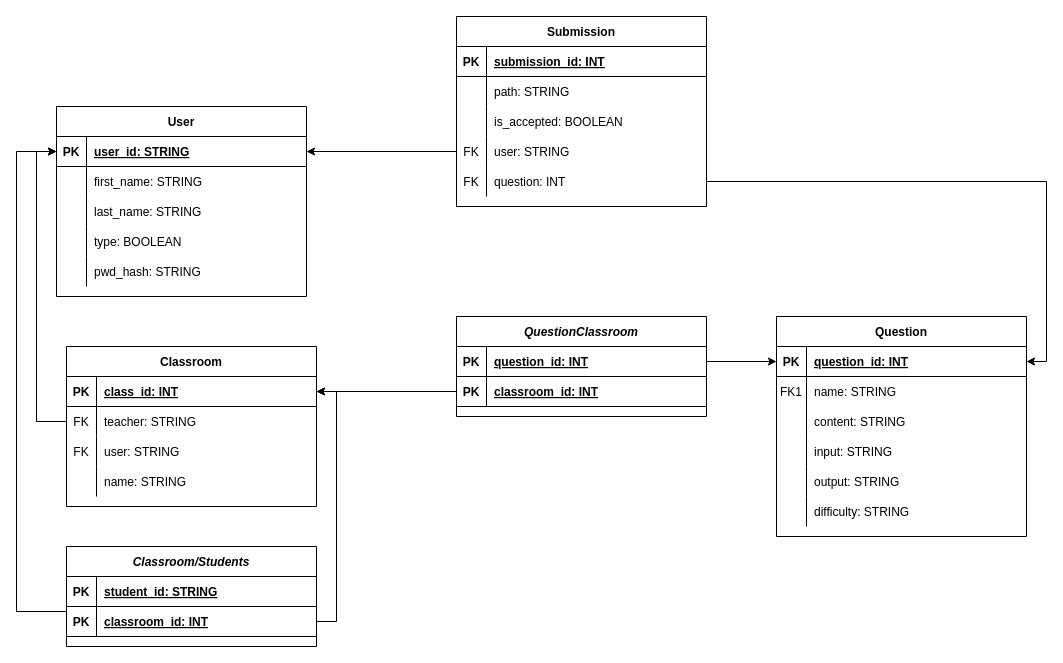
A13k5-5/CodeProfesseur keeps this draw.io diagram as ER-diagram.drawio. Above is the earlier version. Source tidied: cells renumbered, new cells numbered last; positions are measured from the earlier drawing's top-left corner, leaving out a move shared by most shapes. Both pictures are drawn from the tidied source at 100%, with x=0, y=0 at pixel (16, 16).
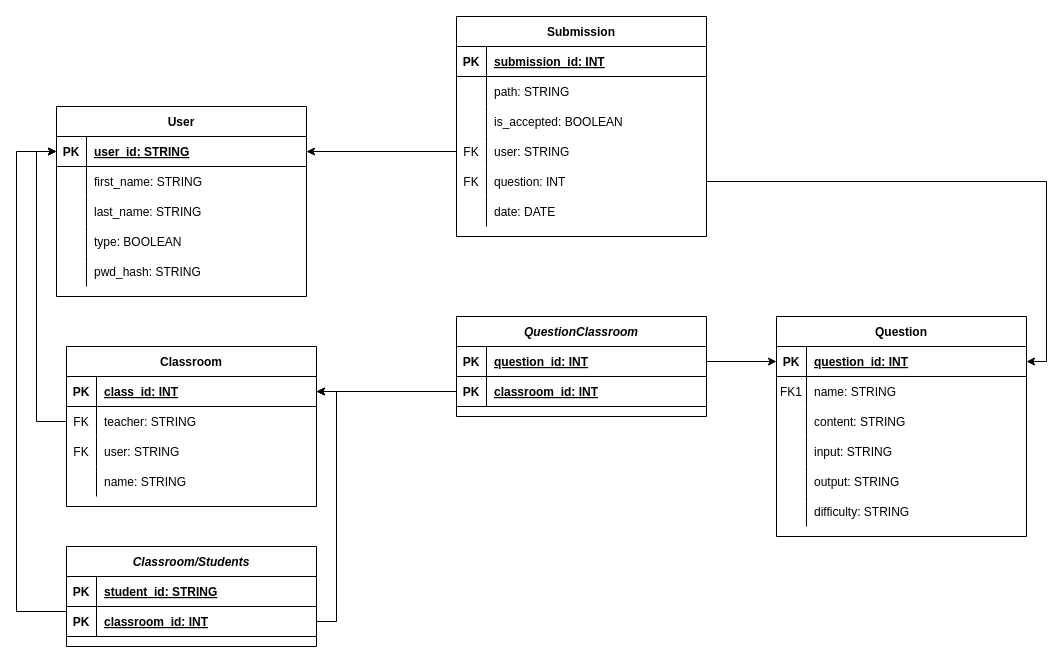
After the change.

Commit message:
add date to submission

Change to the diagram source:
```diff
@@
     <mxCell id="21" value="Submission" style="shape=table;startSize=30;childLayout=tableLayout;rowLines=0;fontStyle=1;align=center;" parent="1" vertex="1">
-      <mxGeometry x="440" width="250" height="190" as="geometry" />
+      <mxGeometry x="440" width="250" height="220" as="geometry" />
     </mxCell>
@@
+    <mxCell id="87" style="shape=partialRectangle;fillColor=none;top=0;left=0;right=0;bottom=0;" parent="21" vertex="1">
+      <mxGeometry y="180" width="250" height="30" as="geometry" />
+    </mxCell>
+    <mxCell id="88" style="shape=partialRectangle;overflow=hidden;fillColor=none;top=0;left=0;bottom=0;right=0;" parent="87" vertex="1">
+      <mxGeometry width="30" height="30" as="geometry" />
+    </mxCell>
+    <mxCell id="89" value="date: DATE" style="shape=partialRectangle;overflow=hidden;fillColor=none;top=0;left=0;bottom=0;right=0;align=left;spacingLeft=6;" parent="87" vertex="1">
+      <mxGeometry x="30" width="220" height="30" as="geometry" />
+    </mxCell>
```
